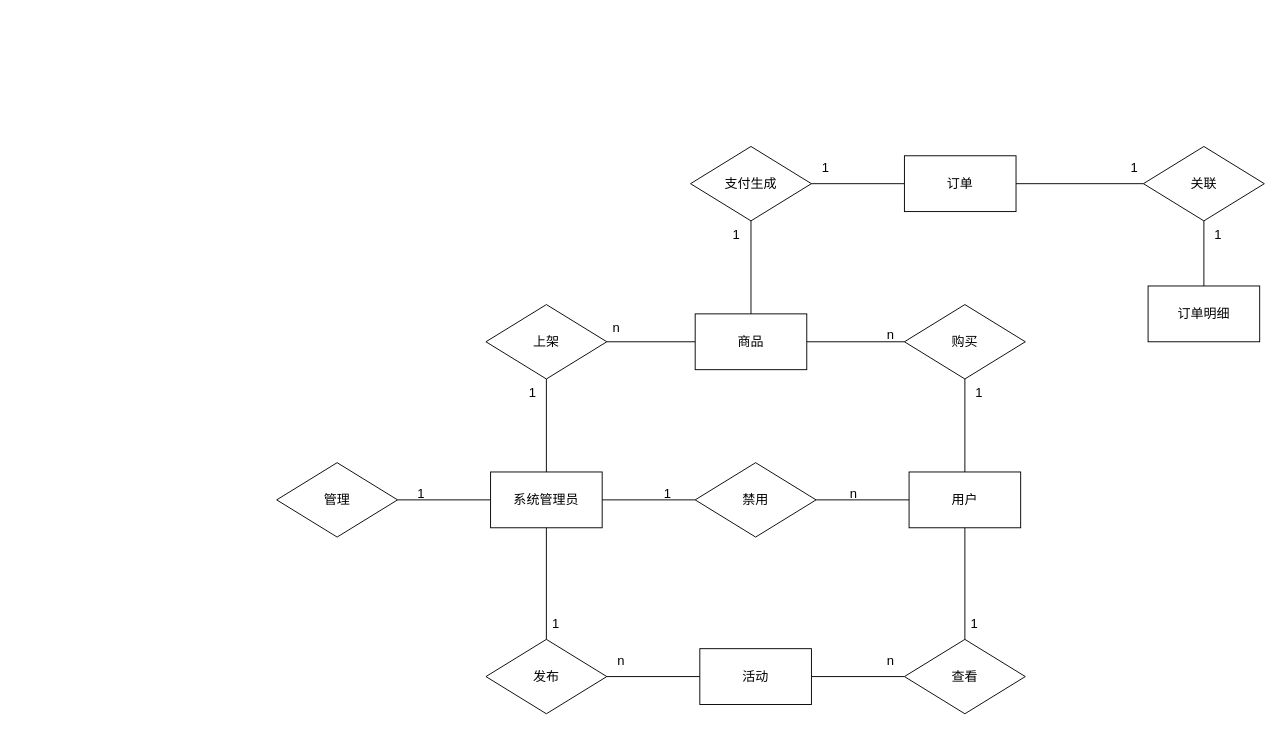
huapigudemilu/engineeringsoftware keeps this draw.io diagram as 未命名绘图.drawio. Above is the earlier version. Source tidied: cells renumbered, new cells numbered last; positions are measured from the earlier drawing's top-left corner, leaving out a move shared by most shapes. Both pictures are drawn from the tidied source at 93%, with x=0, y=0 at pixel (276, 146).
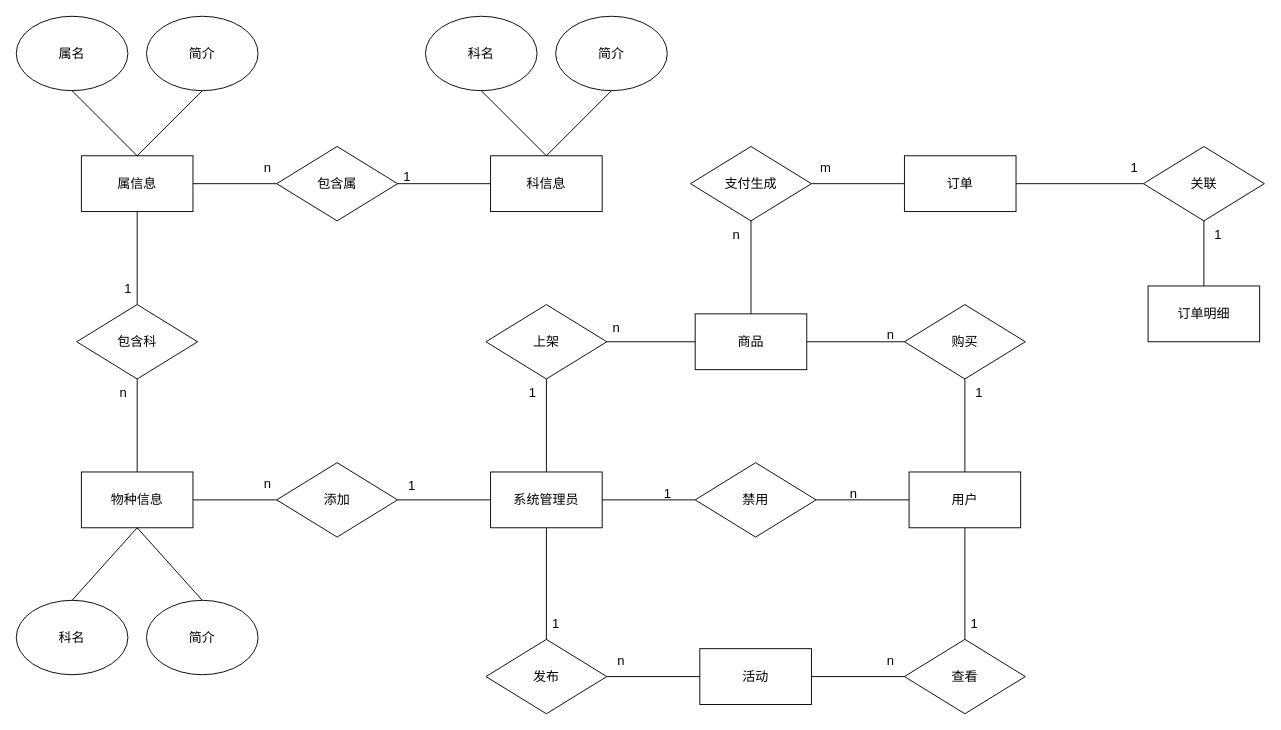
The same page after the edit.

Commit message (it also covers changes not shown here):
更新未命名绘图.drawio

The edit, as a diff of the source:
```diff
@@
-    <mxCell id="5" value="&lt;font style=&quot;font-size: 14px;&quot;&gt;管理&lt;/font&gt;" style="rhombus;whiteSpace=wrap;html=1;" parent="1" vertex="1">
+    <mxCell id="5" value="&lt;span style=&quot;font-size: 14px;&quot;&gt;添加&lt;/span&gt;" style="rhombus;whiteSpace=wrap;html=1;" parent="1" vertex="1">
       <mxGeometry y="340" width="130" height="80" as="geometry" />
     </mxCell>
@@
-    <mxCell id="33" value="&lt;font style=&quot;font-size: 14px;&quot;&gt;1&lt;/font&gt;" style="text;html=1;align=center;verticalAlign=middle;strokeColor=none;fillColor=none;" parent="1" vertex="1">
-      <mxGeometry x="140" y="358" width="30" height="30" as="geometry" />
-    </mxCell>
@@
-    <mxCell id="38" value="&lt;font style=&quot;font-size: 14px;&quot;&gt;1&lt;/font&gt;" style="text;html=1;align=center;verticalAlign=middle;strokeColor=none;fillColor=none;" parent="1" vertex="1">
+    <mxCell id="38" value="&lt;font style=&quot;font-size: 14px;&quot;&gt;n&lt;/font&gt;" style="text;html=1;align=center;verticalAlign=middle;strokeColor=none;fillColor=none;" parent="1" vertex="1">
       <mxGeometry x="479" y="80" width="30" height="30" as="geometry" />
     </mxCell>
-    <mxCell id="39" value="&lt;font style=&quot;font-size: 14px;&quot;&gt;1&lt;/font&gt;" style="text;html=1;align=center;verticalAlign=middle;strokeColor=none;fillColor=none;" parent="1" vertex="1">
-      <mxGeometry x="575" y="8" width="30" height="30" as="geometry" />
+    <mxCell id="39" value="&lt;font style=&quot;font-size: 14px;&quot;&gt;m&lt;/font&gt;" style="text;html=1;align=center;verticalAlign=middle;strokeColor=none;fillColor=none;" parent="1" vertex="1">
+      <mxGeometry x="570" y="8" width="40" height="30" as="geometry" />
     </mxCell>
@@
+    <mxCell id="46" value="&lt;font style=&quot;font-size: 14px;&quot;&gt;物种信息&lt;/font&gt;" style="rounded=0;whiteSpace=wrap;html=1;" parent="1" vertex="1">
+      <mxGeometry x="-210" y="350" width="120" height="60" as="geometry" />
+    </mxCell>
+    <mxCell id="47" style="endArrow=none;html=1;rounded=0;exitX=1;exitY=0.5;exitDx=0;exitDy=0;entryX=0;entryY=0.5;entryDx=0;entryDy=0;" parent="1" edge="1" source="46" target="5">
+      <mxGeometry relative="1" as="geometry" />
+    </mxCell>
+    <mxCell id="48" value="&lt;font style=&quot;font-size: 14px;&quot;&gt;包含科&lt;/font&gt;" style="rhombus;whiteSpace=wrap;html=1;" parent="1" vertex="1">
+      <mxGeometry x="-215" y="170" width="130" height="80" as="geometry" />
+    </mxCell>
+    <mxCell id="49" value="&lt;font style=&quot;font-size: 14px;&quot;&gt;属信息&lt;/font&gt;" style="rounded=0;whiteSpace=wrap;html=1;" parent="1" vertex="1">
+      <mxGeometry x="-210" y="10" width="120" height="60" as="geometry" />
+    </mxCell>
+    <mxCell id="50" value="&lt;font style=&quot;font-size: 14px;&quot;&gt;包含属&lt;/font&gt;" style="rhombus;whiteSpace=wrap;html=1;" parent="1" vertex="1">
+      <mxGeometry width="130" height="80" as="geometry" />
+    </mxCell>
+    <mxCell id="51" value="&lt;span style=&quot;font-size: 14px;&quot;&gt;科信息&lt;/span&gt;" style="rounded=0;whiteSpace=wrap;html=1;" parent="1" vertex="1">
+      <mxGeometry x="230" y="10" width="120" height="60" as="geometry" />
+    </mxCell>
+    <mxCell id="52" style="endArrow=none;html=1;rounded=0;exitX=0.5;exitY=0;exitDx=0;exitDy=0;entryX=0.5;entryY=1;entryDx=0;entryDy=0;" parent="1" edge="1" source="46" target="48">
+      <mxGeometry relative="1" as="geometry" />
+    </mxCell>
+    <mxCell id="53" style="endArrow=none;html=1;rounded=0;exitX=0.5;exitY=1;exitDx=0;exitDy=0;entryX=0.5;entryY=0;entryDx=0;entryDy=0;" parent="1" edge="1" source="49" target="48">
+      <mxGeometry relative="1" as="geometry" />
+    </mxCell>
+    <mxCell id="54" style="endArrow=none;html=1;rounded=0;exitX=1;exitY=0.5;exitDx=0;exitDy=0;entryX=0;entryY=0.5;entryDx=0;entryDy=0;" parent="1" edge="1" source="49" target="50">
+      <mxGeometry relative="1" as="geometry" />
+    </mxCell>
+    <mxCell id="55" style="endArrow=none;html=1;rounded=0;exitX=1;exitY=0.5;exitDx=0;exitDy=0;entryX=0;entryY=0.5;entryDx=0;entryDy=0;" parent="1" edge="1" source="50" target="51">
+      <mxGeometry relative="1" as="geometry" />
+    </mxCell>
+    <mxCell id="56" value="&lt;font style=&quot;font-size: 14px;&quot;&gt;1&lt;/font&gt;" style="text;html=1;align=center;verticalAlign=middle;strokeColor=none;fillColor=none;" parent="1" vertex="1">
+      <mxGeometry x="125" y="18" width="30" height="30" as="geometry" />
+    </mxCell>
+    <mxCell id="57" value="&lt;font style=&quot;font-size: 14px;&quot;&gt;n&lt;/font&gt;" style="text;html=1;align=center;verticalAlign=middle;strokeColor=none;fillColor=none;" parent="1" vertex="1">
+      <mxGeometry x="-25" y="8" width="30" height="30" as="geometry" />
+    </mxCell>
+    <mxCell id="58" value="&lt;font style=&quot;font-size: 14px;&quot;&gt;1&lt;/font&gt;" style="text;html=1;align=center;verticalAlign=middle;strokeColor=none;fillColor=none;" parent="1" vertex="1">
+      <mxGeometry x="-175" y="138" width="30" height="30" as="geometry" />
+    </mxCell>
+    <mxCell id="59" value="&lt;font style=&quot;font-size: 14px;&quot;&gt;n&lt;/font&gt;" style="text;html=1;align=center;verticalAlign=middle;strokeColor=none;fillColor=none;" parent="1" vertex="1">
+      <mxGeometry x="-180" y="250" width="30" height="30" as="geometry" />
+    </mxCell>
+    <mxCell id="60" value="&lt;font style=&quot;font-size: 14px;&quot;&gt;1&lt;/font&gt;" style="text;html=1;align=center;verticalAlign=middle;strokeColor=none;fillColor=none;" parent="1" vertex="1">
+      <mxGeometry x="130" y="350" width="30" height="30" as="geometry" />
+    </mxCell>
+    <mxCell id="61" value="&lt;font style=&quot;font-size: 14px;&quot;&gt;n&lt;/font&gt;" style="text;html=1;align=center;verticalAlign=middle;strokeColor=none;fillColor=none;" parent="1" vertex="1">
+      <mxGeometry x="-25" y="348" width="30" height="30" as="geometry" />
+    </mxCell>
+    <mxCell id="62" value="&lt;font style=&quot;font-size: 14px;&quot;&gt;科名&lt;/font&gt;" style="ellipse;whiteSpace=wrap;html=1;" parent="1" vertex="1">
+      <mxGeometry x="160" y="-140" width="120" height="80" as="geometry" />
+    </mxCell>
+    <mxCell id="63" value="&lt;font style=&quot;font-size: 14px;&quot;&gt;简介&lt;/font&gt;" style="ellipse;whiteSpace=wrap;html=1;" parent="1" vertex="1">
+      <mxGeometry x="300" y="-140" width="120" height="80" as="geometry" />
+    </mxCell>
+    <mxCell id="64" style="endArrow=none;html=1;rounded=0;entryX=0.5;entryY=1;entryDx=0;entryDy=0;exitX=0.5;exitY=0;exitDx=0;exitDy=0;" parent="1" edge="1" source="51" target="62">
+      <mxGeometry relative="1" as="geometry" />
+    </mxCell>
+    <mxCell id="65" style="endArrow=none;html=1;rounded=0;entryX=0.5;entryY=1;entryDx=0;entryDy=0;exitX=0.5;exitY=0;exitDx=0;exitDy=0;" parent="1" edge="1" source="51" target="63">
+      <mxGeometry relative="1" as="geometry" />
+    </mxCell>
+    <mxCell id="66" value="&lt;font style=&quot;font-size: 14px;&quot;&gt;属名&lt;/font&gt;" style="ellipse;whiteSpace=wrap;html=1;" parent="1" vertex="1">
+      <mxGeometry x="-280" y="-140" width="120" height="80" as="geometry" />
+    </mxCell>
+    <mxCell id="67" value="&lt;font style=&quot;font-size: 14px;&quot;&gt;简介&lt;/font&gt;" style="ellipse;whiteSpace=wrap;html=1;" parent="1" vertex="1">
+      <mxGeometry x="-140" y="-140" width="120" height="80" as="geometry" />
+    </mxCell>
+    <mxCell id="68" style="endArrow=none;html=1;rounded=0;entryX=0.5;entryY=1;entryDx=0;entryDy=0;exitX=0.5;exitY=0;exitDx=0;exitDy=0;" parent="1" edge="1" source="49" target="66">
+      <mxGeometry relative="1" as="geometry" />
+    </mxCell>
+    <mxCell id="69" style="endArrow=none;html=1;rounded=0;entryX=0.5;entryY=1;entryDx=0;entryDy=0;exitX=0.5;exitY=0;exitDx=0;exitDy=0;" parent="1" edge="1" source="49" target="67">
+      <mxGeometry relative="1" as="geometry" />
+    </mxCell>
+    <mxCell id="70" value="&lt;font style=&quot;font-size: 14px;&quot;&gt;科名&lt;/font&gt;" style="ellipse;whiteSpace=wrap;html=1;" parent="1" vertex="1">
+      <mxGeometry x="-280" y="488" width="120" height="80" as="geometry" />
+    </mxCell>
+    <mxCell id="71" value="&lt;font style=&quot;font-size: 14px;&quot;&gt;简介&lt;/font&gt;" style="ellipse;whiteSpace=wrap;html=1;" parent="1" vertex="1">
+      <mxGeometry x="-140" y="488" width="120" height="80" as="geometry" />
+    </mxCell>
+    <mxCell id="72" style="endArrow=none;html=1;rounded=0;entryX=0.5;entryY=1;entryDx=0;entryDy=0;exitX=0.5;exitY=0;exitDx=0;exitDy=0;" parent="1" edge="1" source="70" target="46">
+      <mxGeometry relative="1" as="geometry" />
+    </mxCell>
+    <mxCell id="73" style="endArrow=none;html=1;rounded=0;entryX=0.5;entryY=1;entryDx=0;entryDy=0;exitX=0.5;exitY=0;exitDx=0;exitDy=0;" parent="1" edge="1" source="71" target="46">
+      <mxGeometry relative="1" as="geometry" />
+    </mxCell>
```
